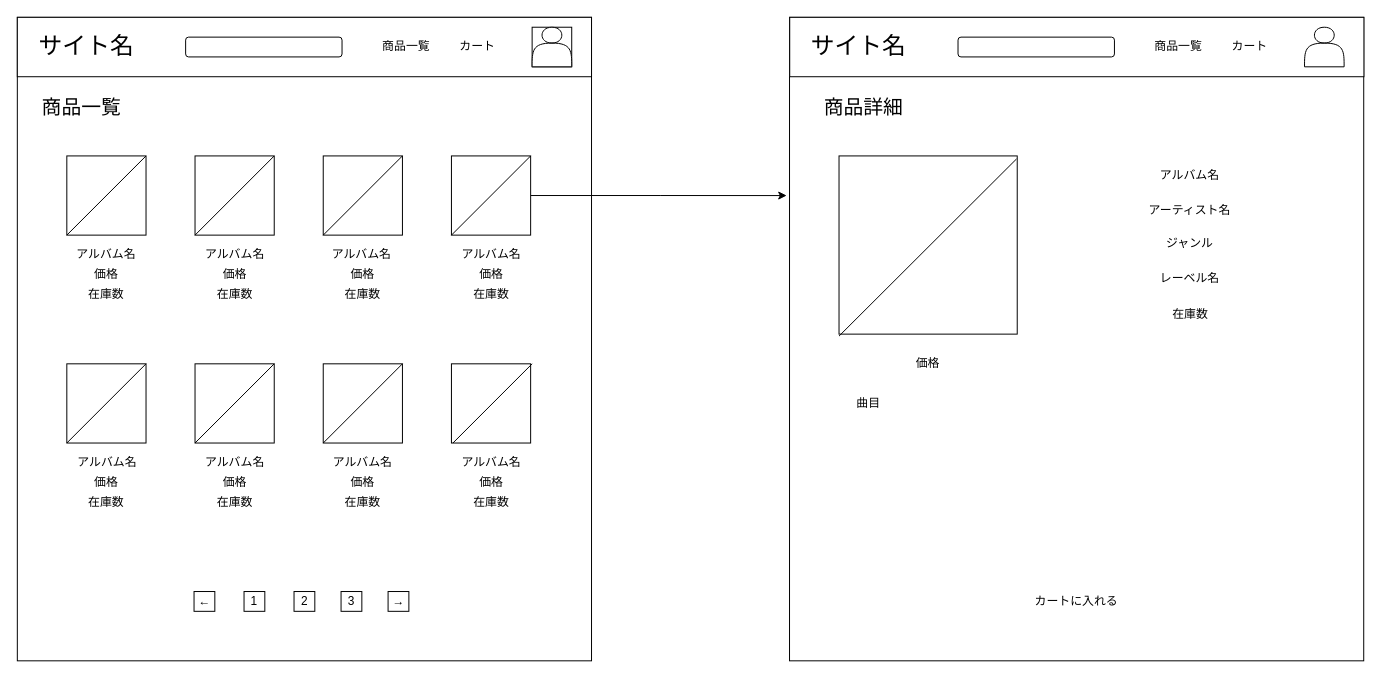
Above: EC-site ワイヤーフレーム.drawio in saezurucrow/ec-site (draw.io), before the change. Source tidied: cells renumbered, new cells numbered last; positions are measured from the earlier drawing's top-left corner, leaving out a move shared by most shapes. Both pictures are drawn from the tidied source at 99%, with x=0, y=0 at pixel (17, 17).
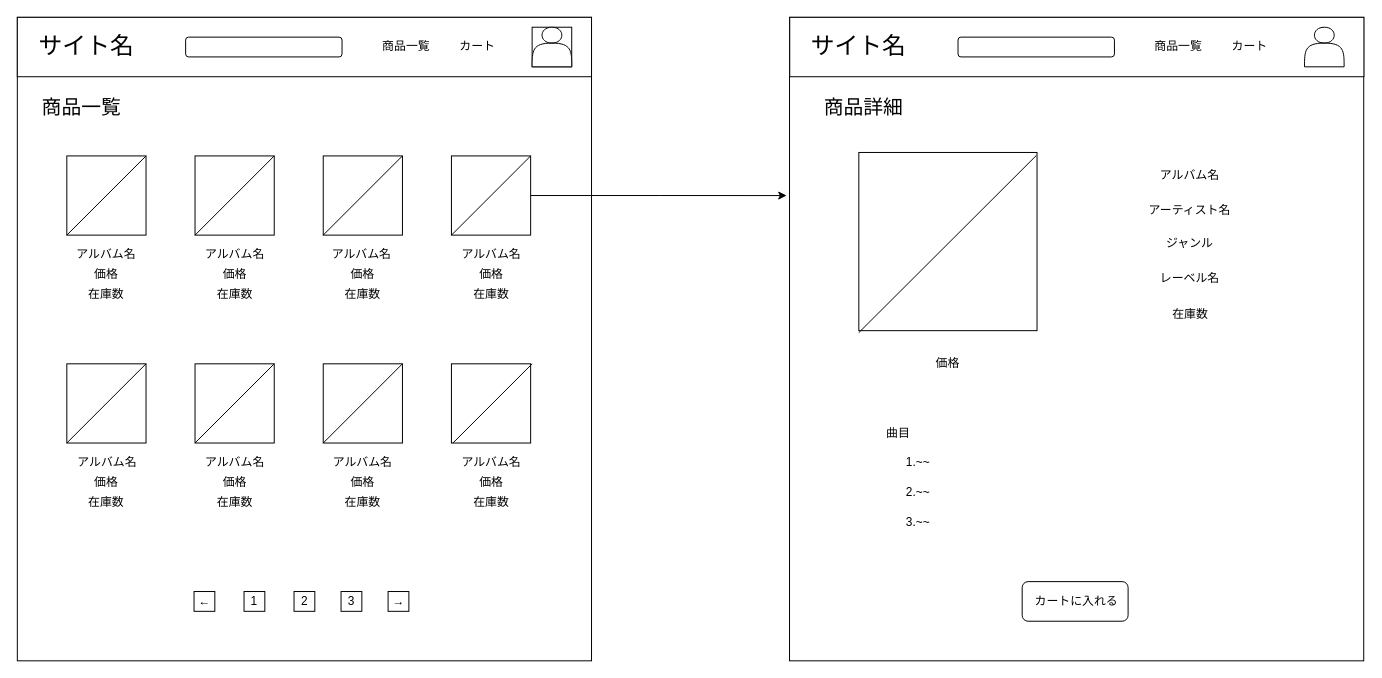
Above is the later version.

Diff of the diagram source:
```diff
@@
     <mxCell id="58" style="whiteSpace=wrap;html=1;" parent="1" vertex="1">
-      <mxGeometry x="830" y="140" width="180" height="180" as="geometry" />
+      <mxGeometry x="850" y="136.5" width="180" height="180" as="geometry" />
     </mxCell>
     <mxCell id="59" style="endArrow=none;html=1;entryX=0.996;entryY=0.017;entryDx=0;entryDy=0;entryPerimeter=0;" parent="1" edge="1" target="58">
       <mxGeometry relative="1" as="geometry">
-        <mxPoint x="830" y="322" as="sourcePoint" />
+        <mxPoint x="850" y="318.5" as="sourcePoint" />
       </mxGeometry>
     </mxCell>
@@
     <mxCell id="62" value="価格" style="text;html=1;strokeColor=none;fillColor=none;align=center;verticalAlign=middle;whiteSpace=wrap;rounded=0;" parent="1" vertex="1">
-      <mxGeometry x="870" y="330" width="100" height="40" as="geometry" />
+      <mxGeometry x="890" y="330" width="100" height="40" as="geometry" />
     </mxCell>
@@
     <mxCell id="65" value="曲目" style="text;html=1;strokeColor=none;fillColor=none;align=center;verticalAlign=middle;whiteSpace=wrap;rounded=0;" parent="1" vertex="1">
-      <mxGeometry x="840" y="380" width="40" height="20" as="geometry" />
+      <mxGeometry x="870" y="410" width="40" height="20" as="geometry" />
     </mxCell>
@@
+    <mxCell id="75" style="edgeStyle=orthogonalEdgeStyle;rounded=0;orthogonalLoop=1;jettySize=auto;html=1;exitX=0.5;exitY=1;exitDx=0;exitDy=0;" parent="1" edge="1" source="65" target="65">
+      <mxGeometry relative="1" as="geometry" />
+    </mxCell>
+    <mxCell id="76" value="1.~~" style="text;html=1;strokeColor=none;fillColor=none;align=center;verticalAlign=middle;whiteSpace=wrap;rounded=0;" parent="1" vertex="1">
+      <mxGeometry x="890" y="440" width="40" height="20" as="geometry" />
+    </mxCell>
+    <mxCell id="77" value="2.~~&lt;br&gt;" style="text;html=1;strokeColor=none;fillColor=none;align=center;verticalAlign=middle;whiteSpace=wrap;rounded=0;" parent="1" vertex="1">
+      <mxGeometry x="890" y="470" width="40" height="20" as="geometry" />
+    </mxCell>
+    <mxCell id="78" value="3.~~&lt;br&gt;" style="text;html=1;strokeColor=none;fillColor=none;align=center;verticalAlign=middle;whiteSpace=wrap;rounded=0;" parent="1" vertex="1">
+      <mxGeometry x="890" y="500" width="40" height="20" as="geometry" />
+    </mxCell>
+    <mxCell id="79" style="rounded=1;whiteSpace=wrap;html=1;" parent="1" vertex="1">
+      <mxGeometry x="1015" y="570" width="107" height="40" as="geometry" />
+    </mxCell>
```
